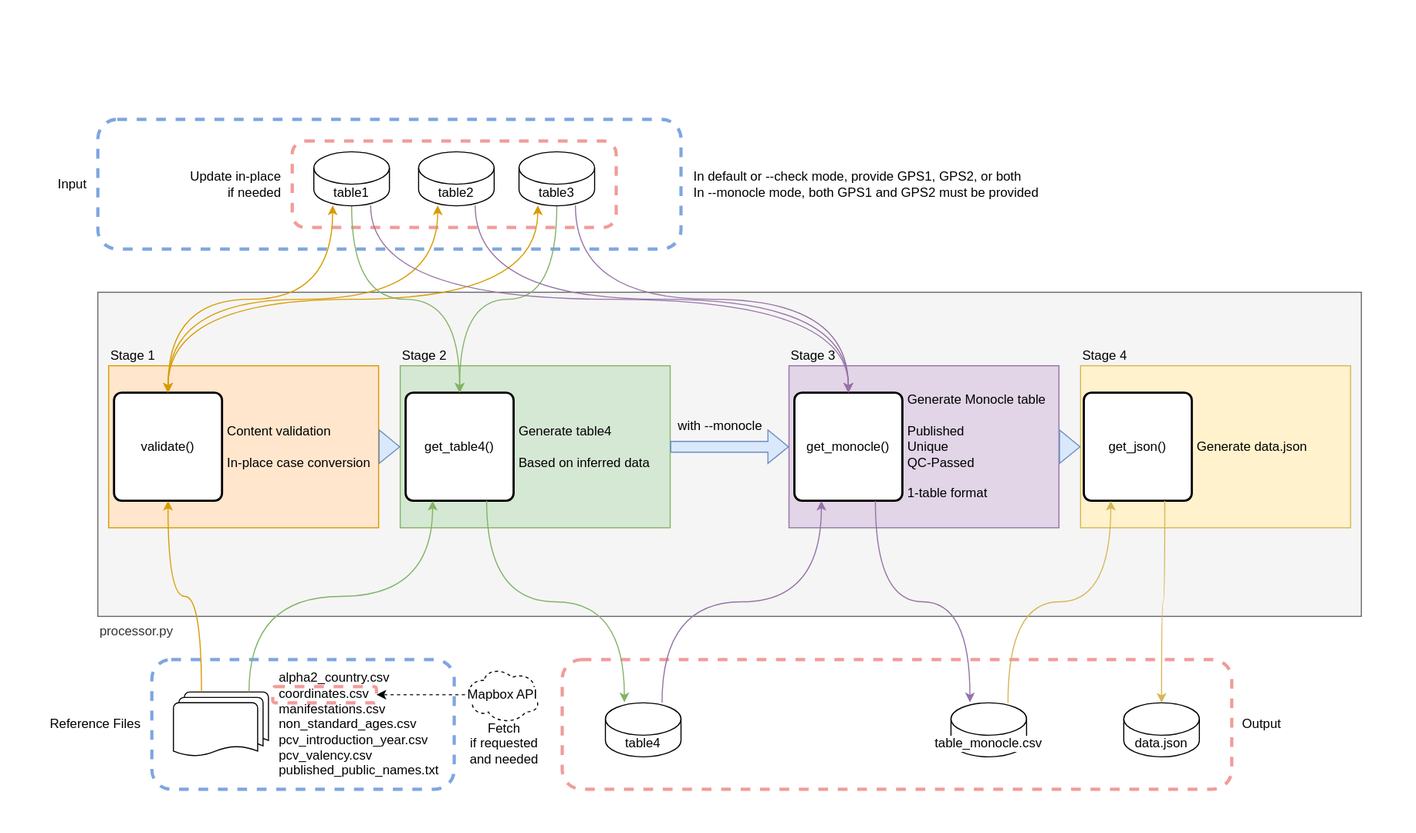
sanger-bentley-group/gps-database-processor keeps this draw.io diagram as doc/workflow.drawio.svg. Above is the earlier version. Source tidied: cells renumbered, new cells last; positions are measured from the earlier drawing's top-left corner, leaving out a move shared by most shapes.
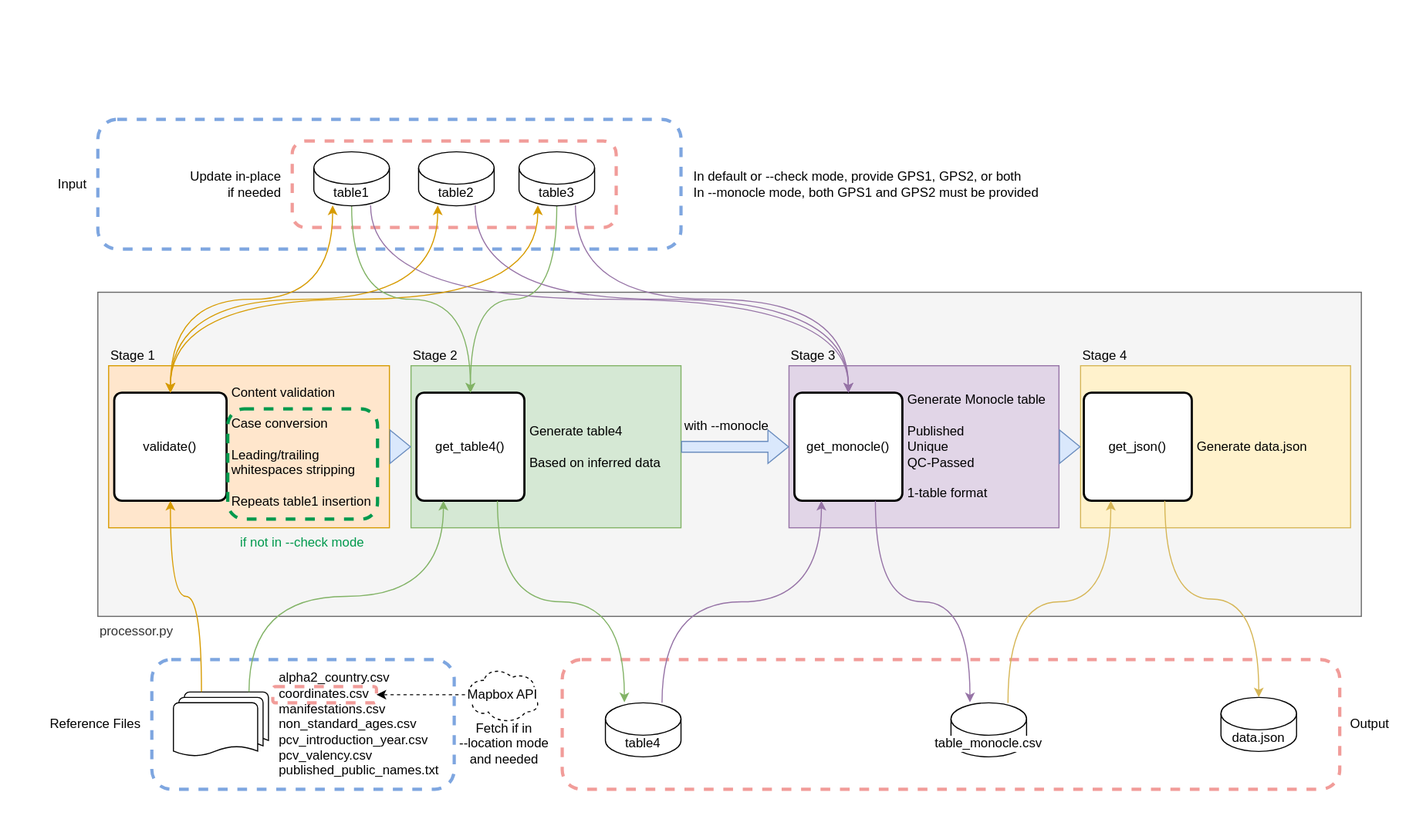
Later version of the same file.

Commit message:
Update to reflect latest functions

What changed in the source:
```diff
@@ -33,7 +33,7 @@
       <mxGeometry x="108" y="29.8" width="150" height="90.5" as="geometry" />
     </mxCell>
     <mxCell id="12" style="group;" parent="1" vertex="1">
-      <mxGeometry x="370" y="338" width="250" height="150" as="geometry" />
+      <mxGeometry x="380" y="338" width="250" height="150" as="geometry" />
     </mxCell>
     <mxCell id="13" value="Stage 2" style="rounded=0;whiteSpace=wrap;html=1;shadow=0;glass=0;labelBackgroundColor=none;labelBorderColor=none;sketch=0;fillStyle=auto;fillColor=#d5e8d4;strokeColor=#82b366;labelPosition=center;verticalLabelPosition=top;align=left;verticalAlign=bottom;" parent="12" vertex="1">
       <mxGeometry width="250" height="150" as="geometry" />
@@ -44,20 +44,23 @@
     <mxCell id="15" value="&lt;span&gt;Generate table4&lt;br&gt;&lt;br&gt;Based on inferred data&lt;br&gt;&lt;/span&gt;" style="text;html=1;strokeColor=none;fillColor=none;align=left;verticalAlign=middle;whiteSpace=wrap;rounded=0;shadow=0;glass=0;labelBackgroundColor=none;labelBorderColor=none;sketch=0;fillStyle=solid;" parent="12" vertex="1">
       <mxGeometry x="108" y="47.5" width="142" height="55" as="geometry" />
     </mxCell>
-    <mxCell id="16" style="group;" parent="1" vertex="1">
-      <mxGeometry x="100" y="338" width="250" height="155" as="geometry" />
+    <mxCell id="16" style="group;fontColor=default;" parent="1" vertex="1">
+      <mxGeometry x="100" y="338" width="260" height="155" as="geometry" />
     </mxCell>
     <mxCell id="17" value="Stage 1" style="rounded=0;whiteSpace=wrap;html=1;shadow=0;glass=0;labelBackgroundColor=none;labelBorderColor=none;sketch=0;fillStyle=auto;fillColor=#ffe6cc;strokeColor=#d79b00;labelPosition=center;verticalLabelPosition=top;align=left;verticalAlign=bottom;" parent="16" vertex="1">
-      <mxGeometry width="250" height="150" as="geometry" />
+      <mxGeometry width="260" height="150" as="geometry" />
     </mxCell>
     <mxCell id="18" value="validate()" style="rounded=1;whiteSpace=wrap;html=1;absoluteArcSize=1;arcSize=14;strokeWidth=2;labelBackgroundColor=#ffffff;fillStyle=auto;fillColor=default;strokeColor=default;" parent="16" vertex="1">
-      <mxGeometry x="5" y="25" width="100" height="100" as="geometry" />
+      <mxGeometry x="5.2" y="25" width="104" height="100" as="geometry" />
     </mxCell>
-    <mxCell id="19" value="&lt;span&gt;Content validation&lt;/span&gt;&lt;br&gt;&lt;span&gt;&lt;br&gt;In-place case conversion&lt;/span&gt;" style="text;html=1;strokeColor=none;fillColor=none;align=left;verticalAlign=middle;whiteSpace=wrap;rounded=0;shadow=0;glass=0;labelBackgroundColor=none;labelBorderColor=none;sketch=0;fillStyle=solid;" parent="16" vertex="1">
-      <mxGeometry x="108" y="47.5" width="142" height="55" as="geometry" />
+    <mxCell id="19" value="&lt;span&gt;Content validation&lt;/span&gt;&lt;br&gt;&lt;span&gt;&lt;br&gt;Case conversion&lt;br&gt;&lt;br&gt;Leading/trailing whitespaces stripping&lt;br&gt;&lt;br&gt;Repeats table1 insertion&lt;br&gt;&lt;/span&gt;" style="text;html=1;strokeColor=none;fillColor=none;align=left;verticalAlign=middle;whiteSpace=wrap;rounded=0;shadow=0;glass=0;labelBackgroundColor=none;labelBorderColor=none;sketch=0;fillStyle=solid;" parent="16" vertex="1">
+      <mxGeometry x="112.3" y="47.5" width="147.7" height="55" as="geometry" />
     </mxCell>
+    <mxCell id="57" value="if not in --check mode" style="rounded=1;whiteSpace=wrap;html=1;labelBackgroundColor=none;fillStyle=auto;strokeColor=#00994D;fillColor=none;dashed=1;strokeWidth=3;labelPosition=center;verticalLabelPosition=bottom;align=center;verticalAlign=top;spacingLeft=0;spacingRight=0;spacing=10;fontColor=#00994D;" parent="16" vertex="1">
+      <mxGeometry x="110.3" y="40" width="138.7" height="102" as="geometry" />
+    </mxCell>
     <mxCell id="20" value="Output" style="rounded=1;whiteSpace=wrap;html=1;labelBackgroundColor=default;fillStyle=auto;strokeColor=#F19C99;fillColor=none;dashed=1;strokeWidth=3;labelPosition=right;verticalLabelPosition=middle;align=left;verticalAlign=middle;spacingLeft=0;spacingRight=0;spacing=10;" parent="1" vertex="1">
-      <mxGeometry x="520" y="610" width="620" height="120" as="geometry" />
+      <mxGeometry x="520" y="610" width="720" height="120" as="geometry" />
     </mxCell>
     <mxCell id="21" value="Input" style="rounded=1;whiteSpace=wrap;html=1;labelBackgroundColor=default;fillStyle=auto;strokeColor=#7EA6E0;fillColor=none;dashed=1;strokeWidth=3;labelPosition=left;verticalLabelPosition=middle;align=right;verticalAlign=middle;spacingLeft=0;spacingRight=0;spacing=10;" parent="1" vertex="1">
       <mxGeometry x="90" y="110" width="540" height="120" as="geometry" />
@@ -105,7 +108,7 @@
       <mxGeometry relative="1" as="geometry" />
     </mxCell>
     <mxCell id="36" value="data.json" style="shape=cylinder3;whiteSpace=wrap;html=1;boundedLbl=1;backgroundOutline=1;size=15;" parent="1" vertex="1">
-      <mxGeometry x="1040" y="650" width="70" height="50" as="geometry" />
+      <mxGeometry x="1130" y="645" width="70" height="50" as="geometry" />
     </mxCell>
     <mxCell id="37" style="endArrow=classic;html=1;rounded=0;fillColor=#fff2cc;curved=1;exitX=0.75;exitY=1;exitDx=0;exitDy=0;entryX=0.5;entryY=0;entryDx=0;entryDy=0;entryPerimeter=0;edgeStyle=orthogonalEdgeStyle;strokeColor=#d6b656;" parent="1" edge="1" source="6" target="36">
       <mxGeometry relative="1" as="geometry" />
@@ -160,7 +163,7 @@
     <mxCell id="53" style="edgeStyle=none;html=1;targetPerimeterSpacing=16;entryX=1;entryY=0.5;entryDx=0;entryDy=0;dashed=1;" parent="1" edge="1" source="55" target="52">
       <mxGeometry relative="1" as="geometry" />
     </mxCell>
-    <mxCell id="54" value="&lt;span style=&quot;font-size: 12px ; text-align: right&quot;&gt;Fetch&lt;/span&gt;&lt;br style=&quot;font-size: 12px ; text-align: right&quot;&gt;&lt;span style=&quot;font-size: 12px ; text-align: right&quot;&gt;if&lt;/span&gt;&lt;span style=&quot;font-size: 12px; text-align: right;&quot;&gt;&amp;nbsp;requested &lt;br&gt;and&amp;nbsp;&lt;/span&gt;&lt;span style=&quot;font-size: 12px ; text-align: right&quot;&gt;needed&lt;br&gt;&lt;/span&gt;" style="edgeLabel;html=1;align=center;verticalAlign=bottom;labelPosition=center;verticalLabelPosition=top;labelBackgroundColor=default;" parent="53" vertex="1">
+    <mxCell id="54" value="&lt;span style=&quot;font-size: 12px ; text-align: right&quot;&gt;Fetch&amp;nbsp;&lt;/span&gt;&lt;span style=&quot;font-size: 12px ; text-align: right&quot;&gt;if&lt;/span&gt;&lt;span style=&quot;font-size: 12px; text-align: right;&quot;&gt;&amp;nbsp;in &lt;br&gt;--location mode&lt;br&gt;and&amp;nbsp;&lt;/span&gt;&lt;span style=&quot;font-size: 12px ; text-align: right&quot;&gt;needed&lt;br&gt;&lt;/span&gt;" style="edgeLabel;html=1;align=center;verticalAlign=bottom;labelPosition=center;verticalLabelPosition=top;labelBackgroundColor=default;" parent="53" vertex="1">
       <mxGeometry x="-0.56" y="-1" relative="1" as="geometry">
         <mxPoint x="53" y="69" as="offset" />
       </mxGeometry>
```
